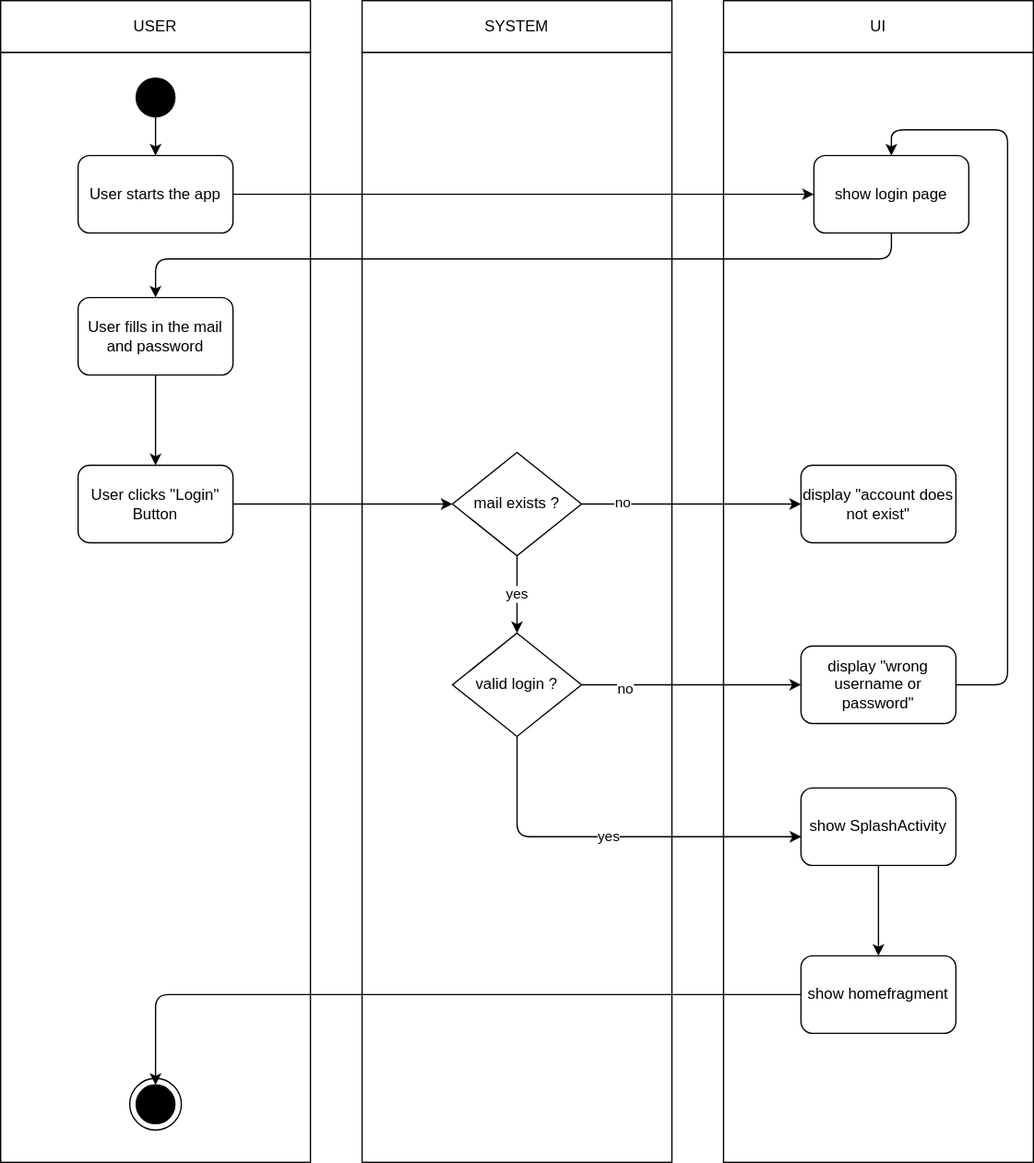
Above: docs/use_cases/UC_3_change_added_data/change_added_data_diagram.svg in seiferla/FiBo (draw.io), before the change. Source tidied: cells renumbered, new cells last; positions are measured from the earlier drawing's top-left corner, leaving out a move shared by most shapes.
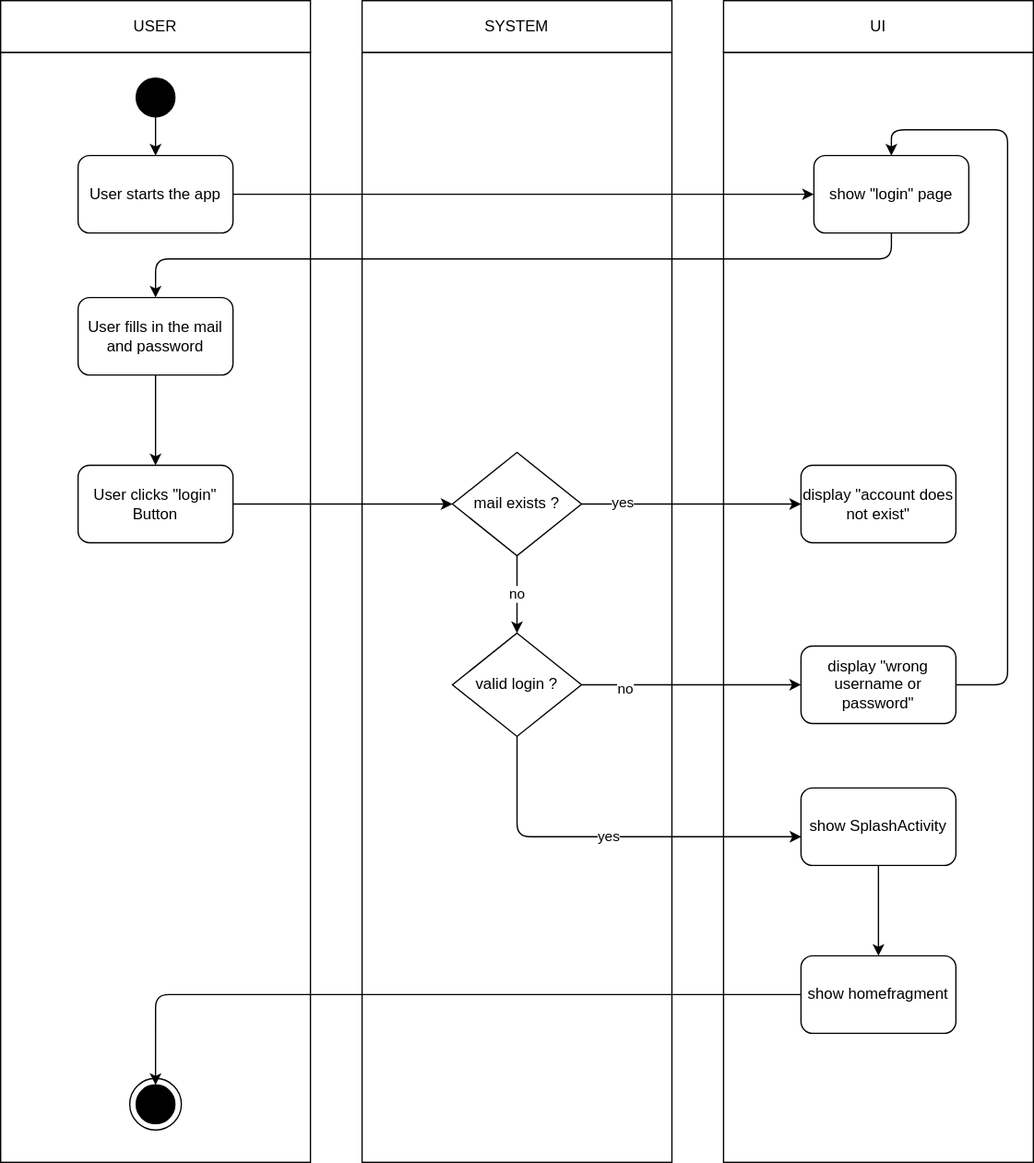
Later version of the same file.

Commit message:
update login uc diagram

Change to the diagram source:
```diff
@@ -76,7 +76,7 @@
         </Array>
       </mxGeometry>
     </mxCell>
-    <mxCell id="25" value="show login page" style="rounded=1;whiteSpace=wrap;html=1;fillColor=none;" parent="1" vertex="1">
+    <mxCell id="25" value="show &quot;login&quot; page" style="rounded=1;whiteSpace=wrap;html=1;fillColor=none;" parent="1" vertex="1">
       <mxGeometry x="630" y="120" width="120" height="60" as="geometry" />
     </mxCell>
     <mxCell id="26" style="edgeStyle=orthogonalEdgeStyle;rounded=1;jettySize=auto;html=1;" parent="1" edge="1" source="27" target="35">
@@ -88,10 +88,10 @@
     <mxCell id="28" style="edgeStyle=orthogonalEdgeStyle;rounded=1;jettySize=auto;html=1;" parent="1" edge="1" source="31" target="18">
       <mxGeometry relative="1" as="geometry" />
     </mxCell>
-    <mxCell id="29" value="no" style="edgeLabel;html=1;align=center;verticalAlign=middle;" parent="28" vertex="1">
+    <mxCell id="29" value="yes" style="edgeLabel;html=1;align=center;verticalAlign=middle;" parent="28" vertex="1">
       <mxGeometry x="-0.63" y="1" relative="1" as="geometry" />
     </mxCell>
-    <mxCell id="30" value="yes" style="edgeStyle=orthogonalEdgeStyle;rounded=1;jettySize=auto;html=1;" parent="1" edge="1" source="31" target="39">
+    <mxCell id="30" value="no" style="edgeStyle=orthogonalEdgeStyle;rounded=1;jettySize=auto;html=1;" parent="1" edge="1" source="31" target="39">
       <mxGeometry relative="1" as="geometry" />
     </mxCell>
     <mxCell id="31" value="mail exists ?" style="rhombus;whiteSpace=wrap;html=1;" parent="1" vertex="1">
@@ -112,7 +112,7 @@
     <mxCell id="34" style="edgeStyle=orthogonalEdgeStyle;rounded=1;jettySize=auto;html=1;" parent="1" edge="1" source="35" target="31">
       <mxGeometry relative="1" as="geometry" />
     </mxCell>
-    <mxCell id="35" value="User clicks &quot;Login&quot; Button" style="rounded=1;whiteSpace=wrap;html=1;fillColor=none;" parent="1" vertex="1">
+    <mxCell id="35" value="User clicks &quot;login&quot; Button" style="rounded=1;whiteSpace=wrap;html=1;fillColor=none;" parent="1" vertex="1">
       <mxGeometry x="60" y="360" width="120" height="60" as="geometry" />
     </mxCell>
     <mxCell id="36" style="edgeStyle=orthogonalEdgeStyle;rounded=1;jettySize=auto;html=1;entryX=0;entryY=0.5;entryDx=0;entryDy=0;" parent="1" edge="1" source="39" target="33">
```
